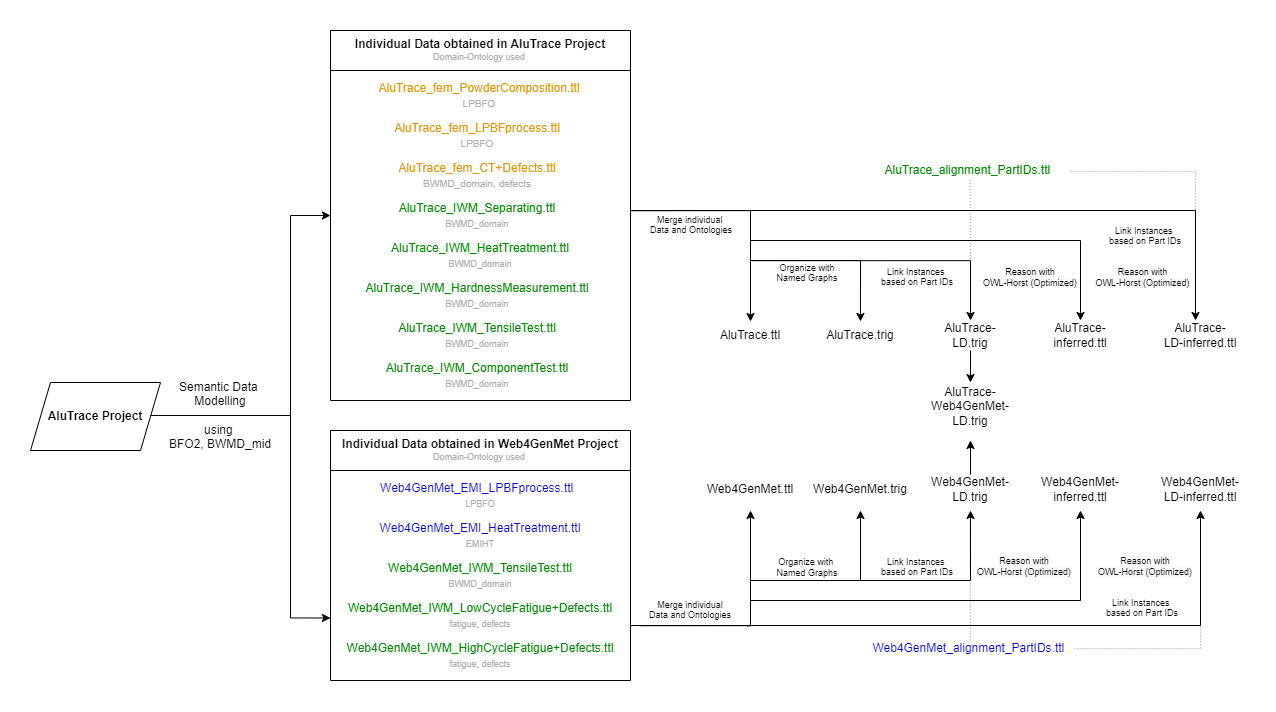
Before: doc/Datafiles.png, a diagram exported from draw.io (Mat-O-Lab/AluTrace-Data-and-Documentation). Source tidied: cells renumbered, new cells last; positions are measured from the earlier drawing's top-left corner, leaving out a move shared by most shapes.
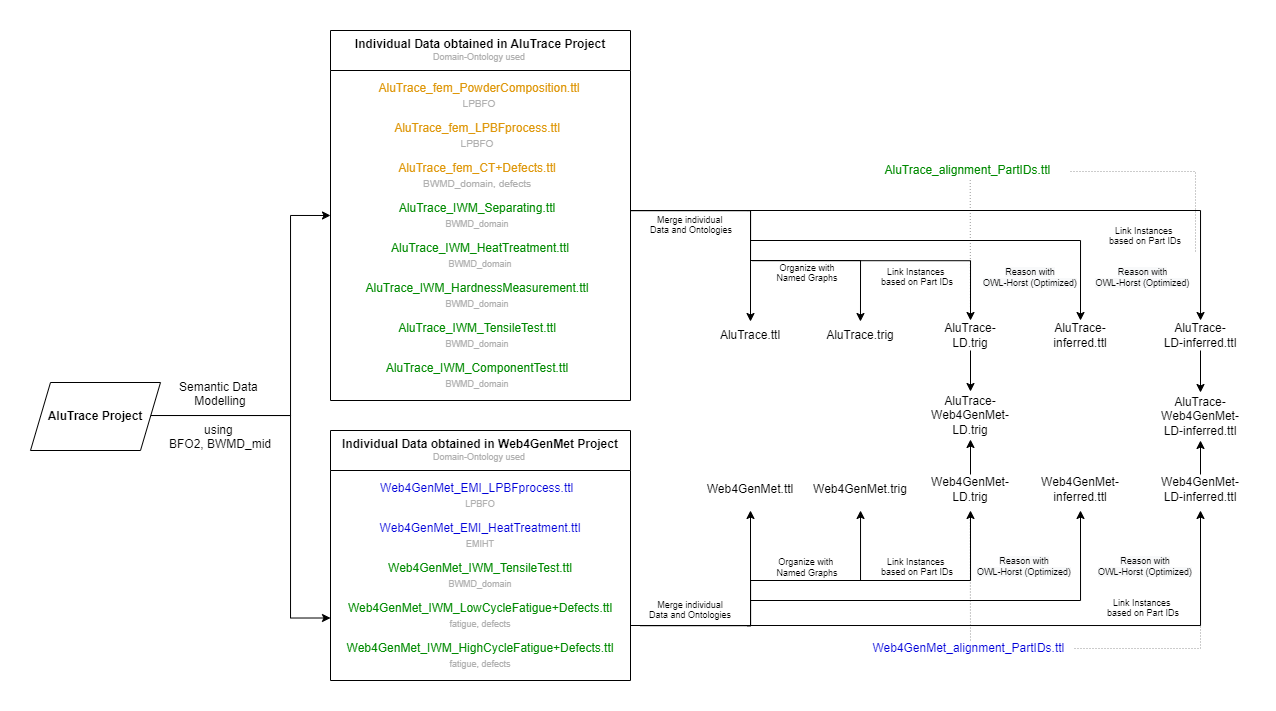
The same diagram one commit later.

Change to the diagram source:
```diff
@@ -236,12 +236,11 @@
     <mxCell id="50" value="&lt;div style=&quot;font-size: 9px&quot;&gt;Link Instances &lt;br&gt;based on Part IDs&lt;/div&gt;&lt;span style=&quot;font-size: 9px&quot;&gt;&lt;br&gt;&lt;/span&gt;" style="text;html=1;strokeColor=none;fillColor=none;align=center;verticalAlign=middle;whiteSpace=wrap;rounded=0;fontColor=#000000;" parent="1" vertex="1">
       <mxGeometry x="1090" y="218" width="110" height="50" as="geometry" />
     </mxCell>
-    <mxCell id="51" style="edgeStyle=orthogonalEdgeStyle;rounded=0;orthogonalLoop=1;jettySize=auto;html=1;fontColor=#000000;" parent="1" edge="1">
+    <mxCell id="51" style="edgeStyle=orthogonalEdgeStyle;rounded=0;jettySize=auto;html=1;fontColor=#000000;" parent="1" edge="1" target="53">
       <mxGeometry relative="1" as="geometry">
         <mxPoint x="750" y="210" as="sourcePoint" />
-        <mxPoint x="1195" y="320" as="targetPoint" />
         <Array as="points">
-          <mxPoint x="1195" y="210" />
+          <mxPoint x="1200" y="210" />
         </Array>
       </mxGeometry>
     </mxCell>
@@ -279,18 +278,29 @@
       <mxGeometry x="867" y="155" width="204" height="30" as="geometry" />
     </mxCell>
     <mxCell id="61" value="AluTrace-Web4GenMet-&lt;br&gt;LD.trig" style="text;html=1;strokeColor=none;fillColor=none;align=center;verticalAlign=middle;whiteSpace=wrap;rounded=0;" parent="1" vertex="1">
-      <mxGeometry x="910" y="382" width="120" height="48" as="geometry" />
+      <mxGeometry x="910" y="391" width="120" height="48" as="geometry" />
     </mxCell>
     <mxCell id="62" style="endArrow=classic;html=1;rounded=0;fontSize=9;fontColor=#008A00;strokeColor=#000000;entryX=0.5;entryY=0;entryDx=0;entryDy=0;exitX=0.5;exitY=1;exitDx=0;exitDy=0;" parent="1" edge="1" source="44" target="61">
       <mxGeometry relative="1" as="geometry" />
     </mxCell>
-    <mxCell id="63" style="endArrow=classic;html=1;rounded=0;fontSize=9;fontColor=#008A00;strokeColor=#000000;" parent="1" edge="1" source="18">
-      <mxGeometry relative="1" as="geometry">
-        <mxPoint x="970" y="440" as="targetPoint" />
-      </mxGeometry>
+    <mxCell id="63" style="endArrow=classic;html=1;rounded=0;fontSize=9;fontColor=#008A00;strokeColor=#000000;entryX=0.5;entryY=1;entryDx=0;entryDy=0;" parent="1" edge="1" source="18" target="61">
+      <mxGeometry relative="1" as="geometry" />
     </mxCell>
     <mxCell id="64" value="&lt;font style=&quot;font-size: 12px&quot;&gt;&lt;b&gt;AluTrace Project&lt;/b&gt;&lt;/font&gt;" style="shape=parallelogram;perimeter=parallelogramPerimeter;whiteSpace=wrap;html=1;fixedSize=1;fontSize=9;fontColor=#000000;" parent="1" vertex="1">
       <mxGeometry x="30" y="382" width="130" height="68" as="geometry" />
     </mxCell>
+    <mxCell id="65" value="AluTrace-Web4GenMet-&lt;br&gt;LD-inferred.ttl" style="text;html=1;strokeColor=none;fillColor=none;align=center;verticalAlign=middle;whiteSpace=wrap;rounded=0;" parent="1" vertex="1">
+      <mxGeometry x="1140" y="392" width="120" height="48" as="geometry" />
+    </mxCell>
+    <mxCell id="66" style="endArrow=classic;html=1;rounded=0;fontSize=9;fontColor=#008A00;strokeColor=#000000;entryX=0.5;entryY=0;entryDx=0;entryDy=0;exitX=0.5;exitY=1;exitDx=0;exitDy=0;" parent="1" edge="1" target="65">
+      <mxGeometry relative="1" as="geometry">
+        <mxPoint x="1200" y="350" as="sourcePoint" />
+      </mxGeometry>
+    </mxCell>
+    <mxCell id="67" style="endArrow=classic;html=1;rounded=0;fontSize=9;fontColor=#008A00;strokeColor=#000000;entryX=0.5;entryY=1;entryDx=0;entryDy=0;" parent="1" edge="1" target="65">
+      <mxGeometry relative="1" as="geometry">
+        <mxPoint x="1200" y="474" as="sourcePoint" />
+      </mxGeometry>
+    </mxCell>
   </root>
 </mxGraphModel>
```
